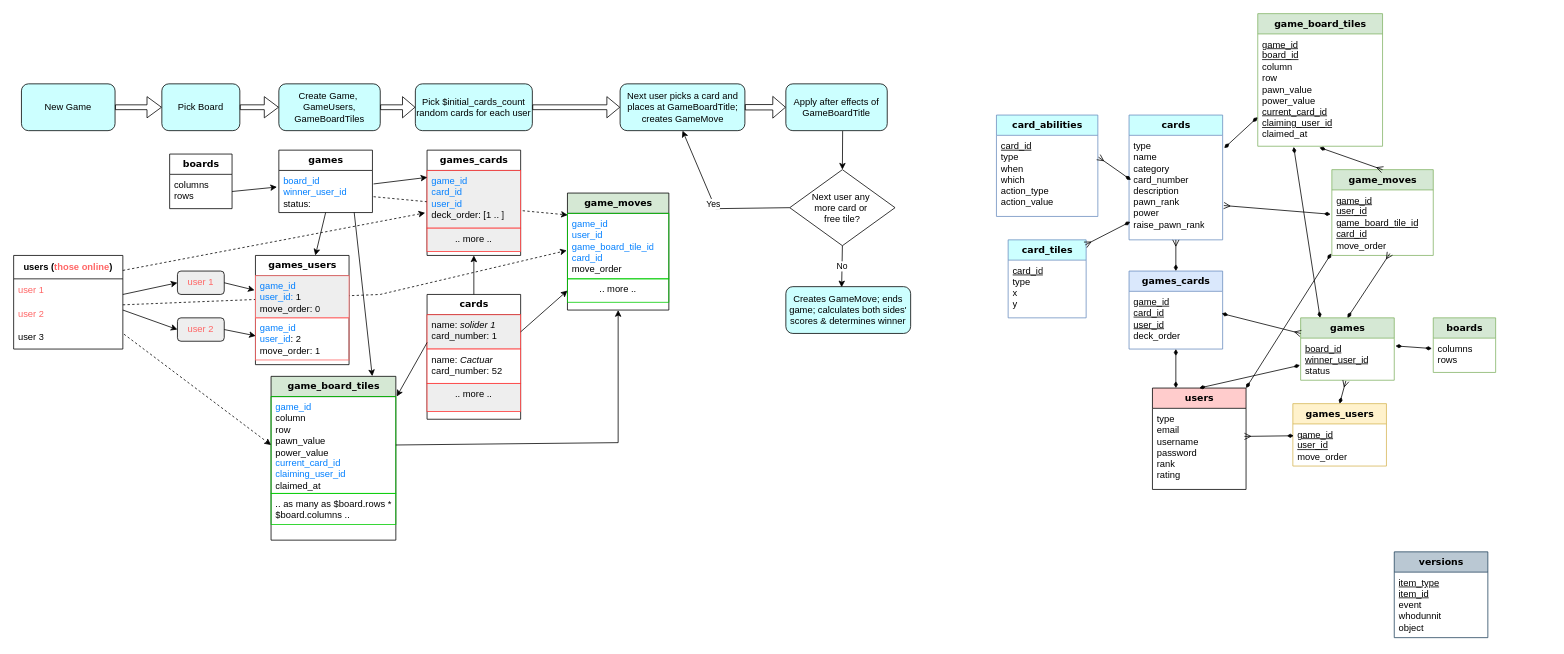
Earlier version of the draw.io diagram doc/diagrams/EER.drawio (briangan/queens_blood_by_fan). Source tidied: cells renumbered, new cells numbered last; positions are measured from the earlier drawing's top-left corner, leaving out a move shared by most shapes. Both pictures are drawn from the tidied source at 78%, with x=0, y=0 at pixel (13, 13).
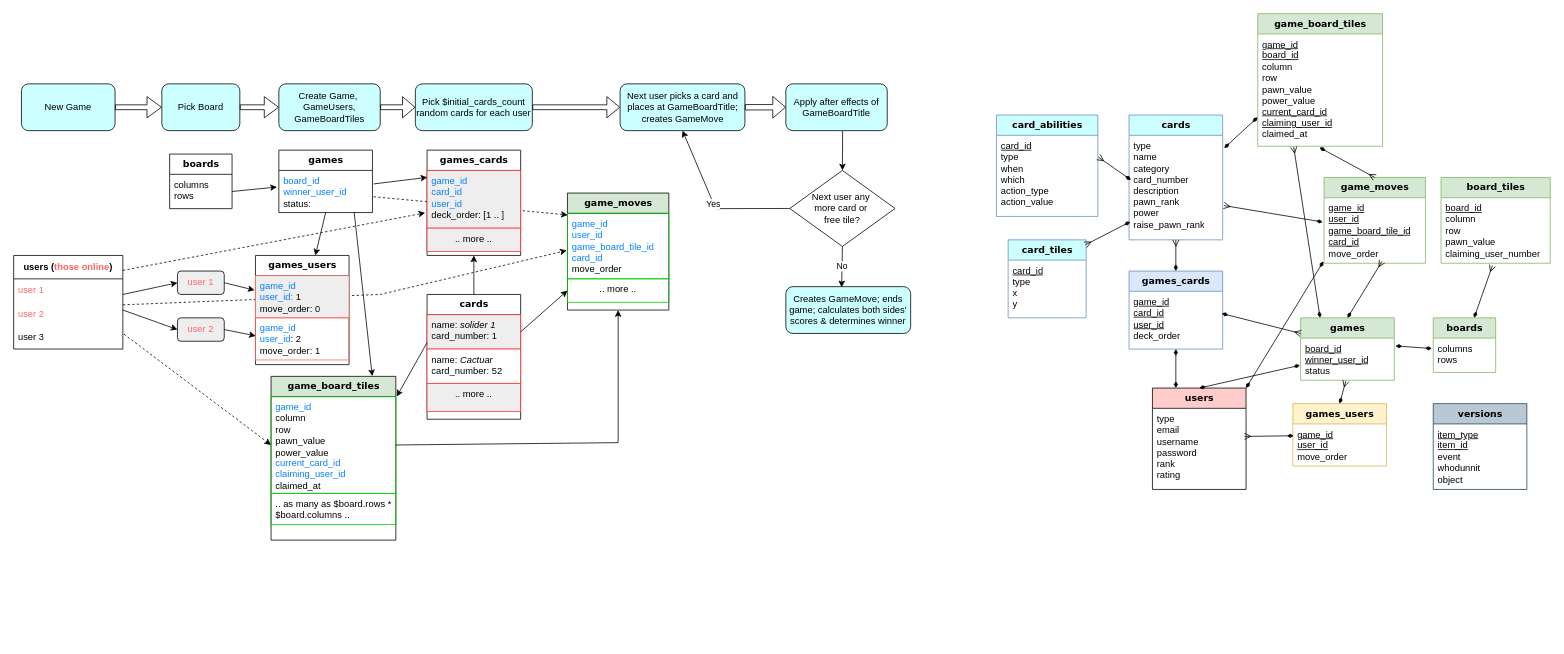
The same page after the edit.

Unchanged cells that the change refers to:
```xml
<mxCell id="5" value="&lt;div&gt;&lt;u&gt;game_id&lt;/u&gt;&lt;/div&gt;&lt;div&gt;&lt;u&gt;board_id&lt;/u&gt;&lt;/div&gt;&lt;div&gt;&lt;span style=&quot;background-color: transparent; color: light-dark(rgb(0, 0, 0), rgb(255, 255, 255));&quot;&gt;column&lt;/span&gt;&lt;/div&gt;&lt;div&gt;row&lt;/div&gt;&lt;div&gt;pawn_value&lt;/div&gt;&lt;div&gt;&lt;span style=&quot;background-color: transparent; color: light-dark(rgb(0, 0, 0), rgb(255, 255, 255));&quot;&gt;power_value&lt;/span&gt;&lt;/div&gt;&lt;div&gt;&lt;u&gt;current_card_id&lt;/u&gt;&lt;/div&gt;&lt;div&gt;&lt;div&gt;&lt;u&gt;claiming_user_id&lt;/u&gt;&lt;/div&gt;&lt;div&gt;claimed_at&lt;/div&gt;&lt;/div&gt;" style="text;html=1;strokeColor=none;fillColor=none;align=left;verticalAlign=top;spacingLeft=4;spacingRight=4;whiteSpace=wrap;overflow=hidden;points=[[0,0.5],[1,0.5]];portConstraint=eastwest;" parent="4" vertex="1">
  <mxGeometry y="26" width="160" height="144" as="geometry" />
</mxCell>
<mxCell id="6" value="&lt;span style=&quot;font-size: 12px;&quot;&gt;&lt;b&gt;boards&lt;/b&gt;&lt;/span&gt;" style="swimlane;html=1;fontStyle=0;horizontal=1;startSize=26;fillColor=#d5e8d4;swimlaneFillColor=#ffffff;rounded=0;shadow=0;comic=0;labelBackgroundColor=none;strokeWidth=1;fontFamily=Verdana;fontSize=10;align=center;strokeColor=#82b366;" parent="1" vertex="1">
  <mxGeometry x="1820" y="390" width="80" height="70" as="geometry" />
</mxCell>
<mxCell id="16" value="&lt;font style=&quot;font-size: 12px;&quot;&gt;&lt;b&gt;games&lt;/b&gt;&lt;/font&gt;" style="swimlane;html=1;fontStyle=0;horizontal=1;startSize=26;fillColor=#d5e8d4;swimlaneFillColor=#ffffff;rounded=0;shadow=0;comic=0;labelBackgroundColor=none;strokeWidth=1;fontFamily=Verdana;fontSize=10;align=center;strokeColor=#82b366;" parent="1" vertex="1">
  <mxGeometry x="1650" y="390" width="120" height="80" as="geometry" />
</mxCell>
```

Diff of the diagram source:
```diff
@@
     <mxCell id="14" value="&lt;font style=&quot;font-size: 12px;&quot;&gt;&lt;b&gt;game_moves&lt;/b&gt;&lt;/font&gt;" style="swimlane;html=1;fontStyle=0;horizontal=1;startSize=26;fillColor=#d5e8d4;swimlaneFillColor=#ffffff;rounded=0;shadow=0;comic=0;labelBackgroundColor=none;strokeWidth=1;fontFamily=Verdana;fontSize=10;align=center;strokeColor=#82b366;" parent="1" vertex="1">
-      <mxGeometry x="1690" y="200" width="130" height="110" as="geometry" />
+      <mxGeometry x="1680" y="210" width="130" height="110" as="geometry" />
     </mxCell>
@@
     <mxCell id="24" value="&lt;font style=&quot;font-size: 12px;&quot;&gt;&lt;b&gt;versions&lt;/b&gt;&lt;/font&gt;" style="swimlane;html=1;fontStyle=0;horizontal=1;startSize=26;fillColor=#bac8d3;swimlaneFillColor=#ffffff;rounded=0;shadow=0;comic=0;labelBackgroundColor=none;strokeWidth=1;fontFamily=Verdana;fontSize=10;align=center;strokeColor=#23445d;" parent="1" vertex="1">
-      <mxGeometry x="1770" y="690" width="120" height="110" as="geometry" />
+      <mxGeometry x="1820" y="500" width="120" height="110" as="geometry" />
     </mxCell>
@@
-    <mxCell id="73" style="endArrow=diamondThin;html=1;rounded=0;entryX=0.288;entryY=1.006;entryDx=0;entryDy=0;startArrow=diamondThin;startFill=1;endFill=1;exitX=0.208;exitY=0;exitDx=0;exitDy=0;entryPerimeter=0;exitPerimeter=0;" parent="1" edge="1" source="16" target="5">
+    <mxCell id="73" style="endArrow=ERmany;html=1;rounded=0;entryX=0.288;entryY=1.006;entryDx=0;entryDy=0;startArrow=diamondThin;startFill=1;endFill=0;exitX=0.208;exitY=0;exitDx=0;exitDy=0;entryPerimeter=0;exitPerimeter=0;" parent="1" edge="1" source="16" target="5">
       <mxGeometry relative="1" as="geometry" />
     </mxCell>
@@
     <mxCell id="92" value="Next user any&amp;nbsp;&lt;div&gt;more card or&amp;nbsp;&lt;/div&gt;&lt;div&gt;free tile?&lt;/div&gt;" style="rhombus;whiteSpace=wrap;html=1;" parent="1" vertex="1">
-      <mxGeometry x="995" y="200" width="135" height="97.5" as="geometry" />
+      <mxGeometry x="995" y="201" width="135" height="97.5" as="geometry" />
     </mxCell>
@@
+    <mxCell id="97" value="&lt;span style=&quot;font-size: 12px;&quot;&gt;&lt;b&gt;board_tiles&lt;/b&gt;&lt;/span&gt;" style="swimlane;html=1;fontStyle=0;horizontal=1;startSize=26;fillColor=#d5e8d4;swimlaneFillColor=#ffffff;rounded=0;shadow=0;comic=0;labelBackgroundColor=none;strokeWidth=1;fontFamily=Verdana;fontSize=10;align=center;strokeColor=#82b366;" parent="1" vertex="1">
+      <mxGeometry x="1830" y="210" width="140" height="110" as="geometry" />
+    </mxCell>
+    <mxCell id="98" value="&lt;div&gt;&lt;u style=&quot;background-color: transparent; color: light-dark(rgb(0, 0, 0), rgb(255, 255, 255));&quot;&gt;board_id&lt;/u&gt;&lt;/div&gt;&lt;div&gt;&lt;span style=&quot;background-color: transparent; color: light-dark(rgb(0, 0, 0), rgb(255, 255, 255));&quot;&gt;column&lt;/span&gt;&lt;/div&gt;&lt;div&gt;row&lt;/div&gt;&lt;div&gt;pawn_value&lt;/div&gt;&lt;div&gt;&lt;span style=&quot;background-color: transparent; color: light-dark(rgb(0, 0, 0), rgb(255, 255, 255));&quot;&gt;claiming_user_number&lt;/span&gt;&lt;/div&gt;" style="text;html=1;strokeColor=none;fillColor=none;align=left;verticalAlign=top;spacingLeft=4;spacingRight=4;whiteSpace=wrap;overflow=hidden;points=[[0,0.5],[1,0.5]];portConstraint=eastwest;" parent="97" vertex="1">
+      <mxGeometry y="26" width="140" height="84" as="geometry" />
+    </mxCell>
+    <mxCell id="99" style="endArrow=diamondThin;html=1;rounded=0;startArrow=ERmany;startFill=0;endFill=1;exitX=0.471;exitY=1.036;exitDx=0;exitDy=0;exitPerimeter=0;" parent="1" edge="1" source="98" target="6">
+      <mxGeometry relative="1" as="geometry" />
+    </mxCell>
```
